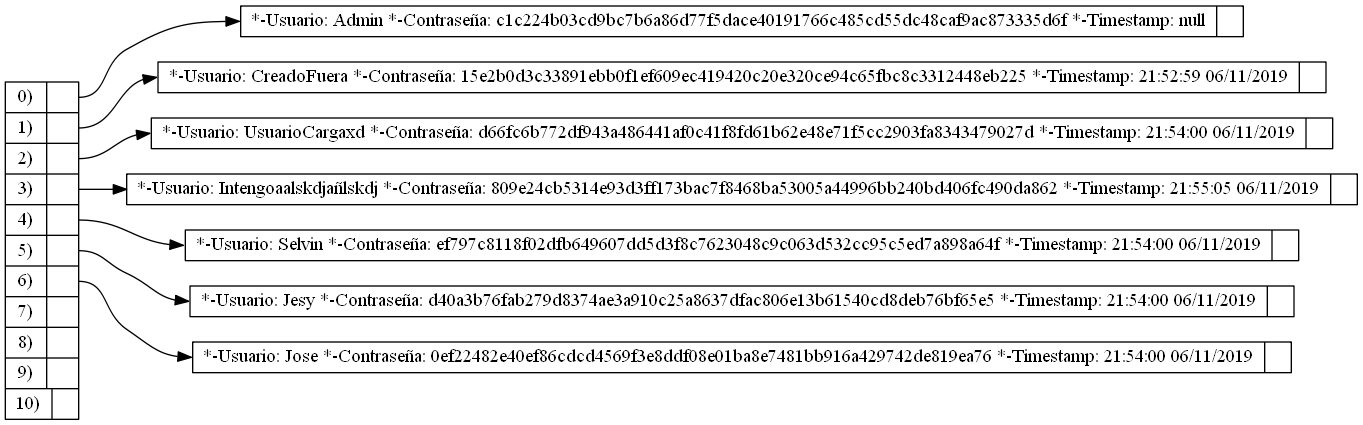
This is [EDD]PY2_201701133/TablaHash.png from SelvinLP/EDD_2S2019_PY2_201701133, a Graphviz export, as it was before one commit. Its source is kept beside it as [EDD]PY2_201701133/TablaHash.dot.
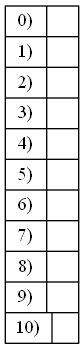
After the change.

Commit message:
Conexion Tabla y Grafo

Change to the diagram source:
```diff
@@ -2,18 +2,4 @@
    rankdir=LR;
    node [shape=record,width=.1,height=.1];
    N0 [label = "{0)|<fl0>} |{1)|<fl1>} |{2)|<fl2>} |{3)|<fl3>} |{4)|<fl4>} |{5)|<fl5>} |{6)|<fl6>} |{7)|<fl7>} |{8)|<fl8>} |{9)|<fl9>} |{10)|<fl10>} "];
-N1[label = "{<n> *-Usuario: Admin     *-Contraseña: c1c224b03cd9bc7b6a86d77f5dace40191766c485cd55dc48caf9ac873335d6f     *-Timestamp: null|<p> }"];
-N0:fl0 -> N1:n;
-N2[label = "{<n> *-Usuario: CreadoFuera     *-Contraseña: 15e2b0d3c33891ebb0f1ef609ec419420c20e320ce94c65fbc8c3312448eb225     *-Timestamp: 21:52:59 06/11/2019|<p> }"];
-N0:fl1 -> N2:n;
-N3[label = "{<n> *-Usuario: UsuarioCargaxd     *-Contraseña: d66fc6b772df943a486441af0c41f8fd61b62e48e71f5cc2903fa8343479027d     *-Timestamp: 21:54:00 06/11/2019|<p> }"];
-N0:fl2 -> N3:n;
-N4[label = "{<n> *-Usuario: Intengoaalskdjañlskdj     *-Contraseña: 809e24cb5314e93d3ff173bac7f8468ba53005a44996bb240bd406fc490da862     *-Timestamp: 21:55:05 06/11/2019|<p> }"];
-N0:fl3 -> N4:n;
-N5[label = "{<n> *-Usuario: Selvin     *-Contraseña: ef797c8118f02dfb649607dd5d3f8c7623048c9c063d532cc95c5ed7a898a64f     *-Timestamp: 21:54:00 06/11/2019|<p> }"];
-N0:fl4 -> N5:n;
-N6[label = "{<n> *-Usuario: Jesy     *-Contraseña: d40a3b76fab279d8374ae3a910c25a8637dfac806e13b61540cd8deb76bf65e5     *-Timestamp: 21:54:00 06/11/2019|<p> }"];
-N0:fl5 -> N6:n;
-N7[label = "{<n> *-Usuario: Jose     *-Contraseña: 0ef22482e40ef86cdcd4569f3e8ddf08e01ba8e7481bb916a429742de819ea76     *-Timestamp: 21:54:00 06/11/2019|<p> }"];
-N0:fl6 -> N7:n;
 }
```
